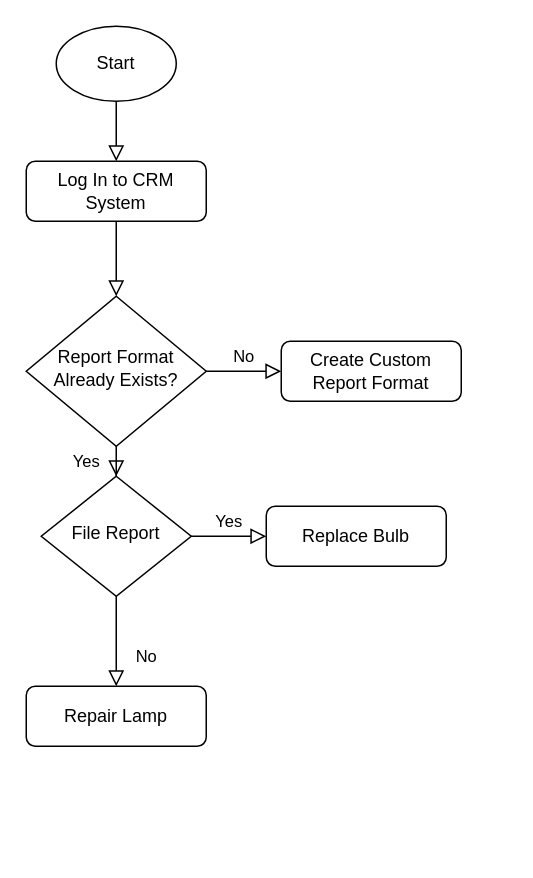
This is C188 Flowchart Diagram.drawio from smithevanb/smithevanb, a draw.io file, before an edit. Source tidied: cells renumbered, new cells numbered last; positions are measured from the earlier drawing's top-left corner, leaving out a move shared by most shapes. Both pictures are drawn from the tidied source at 150%, with x=0, y=0 at pixel (26, 26).
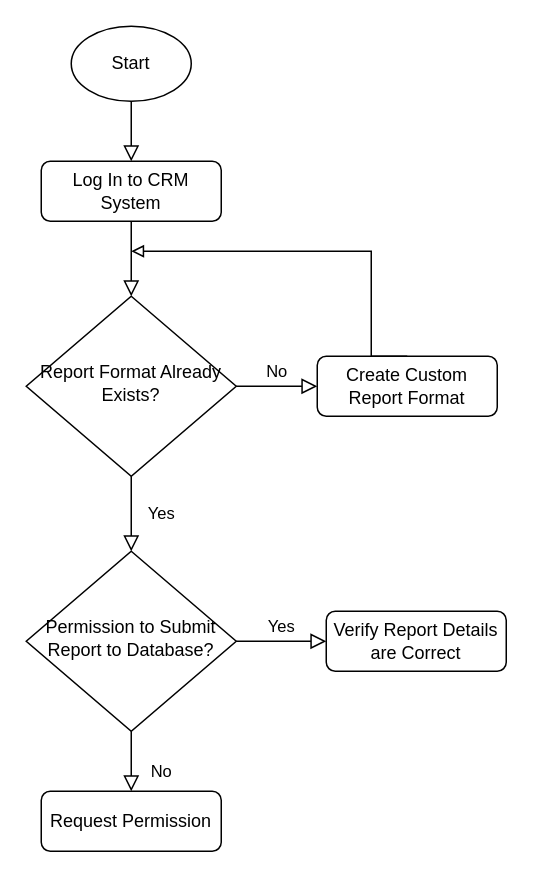
After the change.

The edit, as a diff of the source:
```diff
@@
 <mxGraphModel>
   <root>
     <mxCell id="0" />
     <mxCell id="1" parent="0" />
     <mxCell id="2" style="rounded=0;html=1;jettySize=auto;fontSize=11;endArrow=block;endFill=0;endSize=8;strokeWidth=1;shadow=0;labelBackgroundColor=none;edgeStyle=orthogonalEdgeStyle;" parent="1" edge="1" source="3" target="6">
       <mxGeometry relative="1" as="geometry" />
     </mxCell>
     <mxCell id="3" value="Log In to CRM System" style="rounded=1;whiteSpace=wrap;html=1;fontSize=12;glass=0;strokeWidth=1;shadow=0;" parent="1" vertex="1">
-      <mxGeometry y="90" width="120" height="40" as="geometry" />
+      <mxGeometry x="10" y="90" width="120" height="40" as="geometry" />
     </mxCell>
     <mxCell id="4" value="Yes" style="rounded=0;html=1;jettySize=auto;fontSize=11;endArrow=block;endFill=0;endSize=8;strokeWidth=1;shadow=0;labelBackgroundColor=none;edgeStyle=orthogonalEdgeStyle;" parent="1" edge="1" source="6" target="10">
       <mxGeometry y="20" relative="1" as="geometry" />
     </mxCell>
     <mxCell id="5" value="No" style="edgeStyle=orthogonalEdgeStyle;rounded=0;html=1;jettySize=auto;fontSize=11;endArrow=block;endFill=0;endSize=8;strokeWidth=1;shadow=0;labelBackgroundColor=none;" parent="1" edge="1" source="6" target="7">
       <mxGeometry y="10" relative="1" as="geometry" />
     </mxCell>
     <mxCell id="6" value="Report Format Already Exists?" style="rhombus;whiteSpace=wrap;html=1;shadow=0;fontFamily=Helvetica;fontSize=12;align=center;strokeWidth=1;spacing=6;spacingTop=-4;" parent="1" vertex="1">
-      <mxGeometry y="180" width="120" height="100" as="geometry" />
+      <mxGeometry y="180" width="140" height="120" as="geometry" />
     </mxCell>
     <mxCell id="7" value="Create Custom Report Format" style="rounded=1;whiteSpace=wrap;html=1;fontSize=12;glass=0;strokeWidth=1;shadow=0;" parent="1" vertex="1">
-      <mxGeometry x="170" y="210" width="120" height="40" as="geometry" />
+      <mxGeometry x="194" y="220" width="120" height="40" as="geometry" />
     </mxCell>
     <mxCell id="8" value="No" style="rounded=0;html=1;jettySize=auto;fontSize=11;endArrow=block;endFill=0;endSize=8;strokeWidth=1;shadow=0;labelBackgroundColor=none;edgeStyle=orthogonalEdgeStyle;" parent="1" edge="1" source="10" target="11">
       <mxGeometry x="0.33" y="20" relative="1" as="geometry" />
     </mxCell>
     <mxCell id="9" value="Yes" style="edgeStyle=orthogonalEdgeStyle;rounded=0;html=1;jettySize=auto;fontSize=11;endArrow=block;endFill=0;endSize=8;strokeWidth=1;shadow=0;labelBackgroundColor=none;" parent="1" edge="1" source="10" target="12">
       <mxGeometry y="10" relative="1" as="geometry" />
     </mxCell>
-    <mxCell id="10" value="File Report" style="rhombus;whiteSpace=wrap;html=1;shadow=0;fontFamily=Helvetica;fontSize=12;align=center;strokeWidth=1;spacing=6;spacingTop=-4;" parent="1" vertex="1">
-      <mxGeometry x="10" y="300" width="100" height="80" as="geometry" />
+    <mxCell id="10" value="Permission to Submit Report to Database?" style="rhombus;whiteSpace=wrap;html=1;shadow=0;fontFamily=Helvetica;fontSize=12;align=center;strokeWidth=1;spacing=6;spacingTop=-4;" parent="1" vertex="1">
+      <mxGeometry y="350" width="140" height="120" as="geometry" />
     </mxCell>
-    <mxCell id="11" value="Repair Lamp" style="rounded=1;whiteSpace=wrap;html=1;fontSize=12;glass=0;strokeWidth=1;shadow=0;" parent="1" vertex="1">
-      <mxGeometry y="440" width="120" height="40" as="geometry" />
+    <mxCell id="11" value="Request Permission" style="rounded=1;whiteSpace=wrap;html=1;fontSize=12;glass=0;strokeWidth=1;shadow=0;" parent="1" vertex="1">
+      <mxGeometry x="10" y="510" width="120" height="40" as="geometry" />
     </mxCell>
-    <mxCell id="12" value="Replace Bulb" style="rounded=1;whiteSpace=wrap;html=1;fontSize=12;glass=0;strokeWidth=1;shadow=0;" parent="1" vertex="1">
-      <mxGeometry x="160" y="320" width="120" height="40" as="geometry" />
+    <mxCell id="12" value="Verify Report Details are Correct" style="rounded=1;whiteSpace=wrap;html=1;fontSize=12;glass=0;strokeWidth=1;shadow=0;" parent="1" vertex="1">
+      <mxGeometry x="200" y="390" width="120" height="40" as="geometry" />
     </mxCell>
     <mxCell id="13" value="Start" style="ellipse;whiteSpace=wrap;html=1;" parent="1" vertex="1">
-      <mxGeometry x="20" width="80" height="50" as="geometry" />
+      <mxGeometry x="30" width="80" height="50" as="geometry" />
     </mxCell>
     <mxCell id="14" style="rounded=0;html=1;jettySize=auto;fontSize=11;endArrow=block;endFill=0;endSize=8;strokeWidth=1;shadow=0;labelBackgroundColor=none;edgeStyle=orthogonalEdgeStyle;exitX=0.5;exitY=1;exitDx=0;exitDy=0;" parent="1" edge="1" source="13">
       <mxGeometry relative="1" as="geometry">
-        <mxPoint x="60" y="90" as="targetPoint" />
+        <mxPoint x="70" y="90" as="targetPoint" />
       </mxGeometry>
     </mxCell>
+    <mxCell id="15" style="endArrow=block;html=1;rounded=0;exitX=0.5;exitY=0;exitDx=0;exitDy=0;edgeStyle=orthogonalEdgeStyle;endFill=0;" parent="1" edge="1" source="7">
+      <mxGeometry relative="1" as="geometry">
+        <mxPoint x="70" y="150" as="targetPoint" />
+        <Array as="points">
+          <mxPoint x="230" y="150" />
+        </Array>
+      </mxGeometry>
+    </mxCell>
   </root>
 </mxGraphModel>
```
